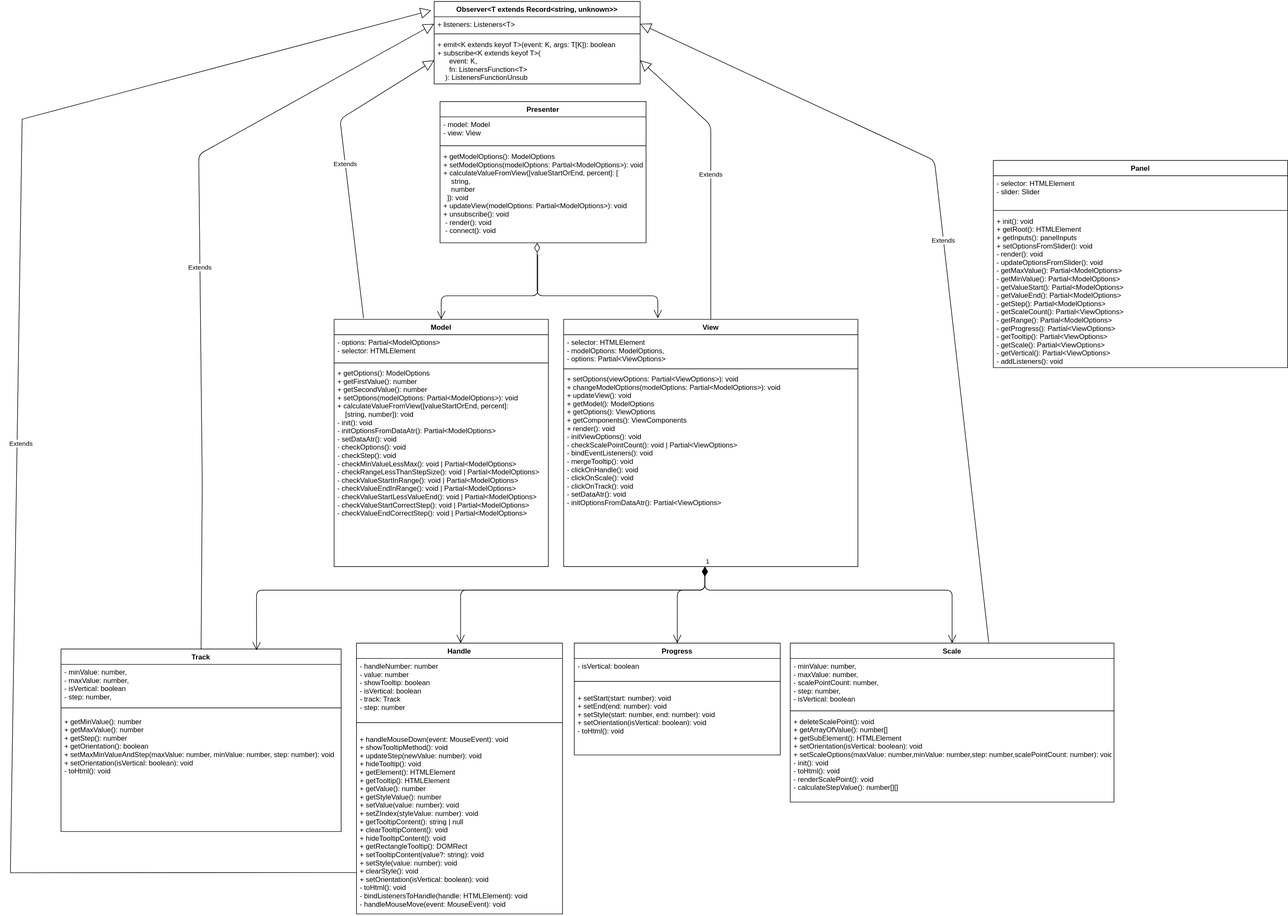
Earlier version of the draw.io export UML.svg (inconsumable1812/Slider). Source tidied: cells renumbered, new cells last; positions are measured from the earlier drawing's top-left corner, leaving out a move shared by most shapes.
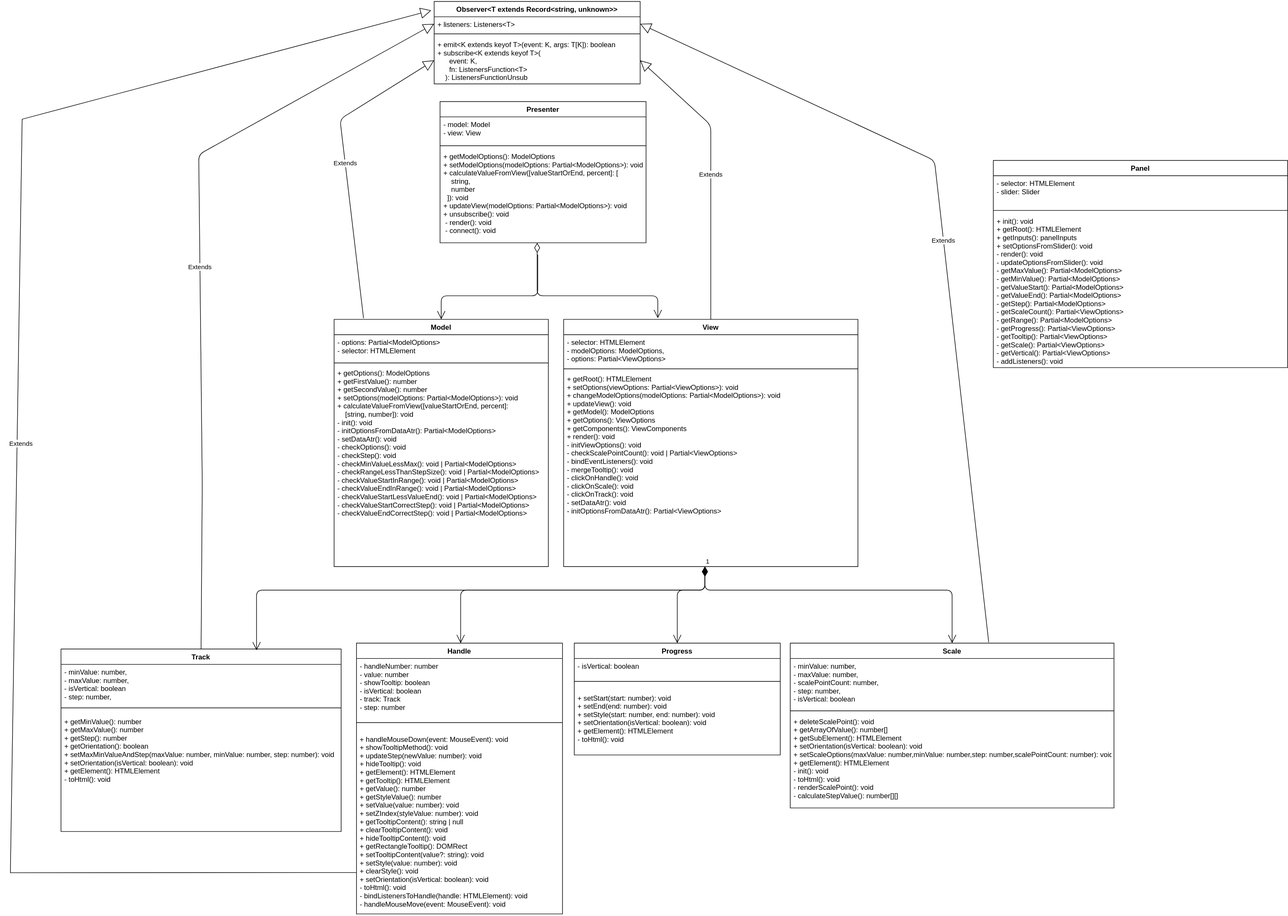
Above is the later version.

The edit, as a diff of the source:
```diff
@@ -23,7 +23,7 @@
     <mxCell id="8" style="line;strokeWidth=1;fillColor=none;align=left;verticalAlign=middle;spacingTop=-1;spacingLeft=3;spacingRight=3;labelPosition=right;" parent="6" vertex="1">
       <mxGeometry y="80" width="500" height="8" as="geometry" />
     </mxCell>
-    <mxCell id="9" value="+ setOptions(viewOptions: Partial&lt;ViewOptions&gt;): void&#10;+ changeModelOptions(modelOptions: Partial&lt;ModelOptions&gt;): void&#10;+ updateView(): void&#10;+ getModel(): ModelOptions&#10;+ getOptions(): ViewOptions&#10;+ getComponents(): ViewComponents&#10;+ render(): void&#10;- initViewOptions(): void&#10;- checkScalePointCount(): void | Partial&lt;ViewOptions&gt;&#10;- bindEventListeners(): void&#10;- mergeTooltip(): void&#10;- clickOnHandle(): void&#10;- clickOnScale(): void&#10;- clickOnTrack(): void&#10;- setDataAtr(): void&#10;- initOptionsFromDataAtr(): Partial&lt;ViewOptions&gt;" style="text;strokeColor=none;fillColor=none;align=left;verticalAlign=top;spacingLeft=4;spacingRight=4;overflow=hidden;points=[[0,0.5],[1,0.5]];portConstraint=eastwest;fontColor=default;" parent="6" vertex="1">
+    <mxCell id="9" value="+ getRoot(): HTMLElement&#10;+ setOptions(viewOptions: Partial&lt;ViewOptions&gt;): void&#10;+ changeModelOptions(modelOptions: Partial&lt;ModelOptions&gt;): void&#10;+ updateView(): void&#10;+ getModel(): ModelOptions&#10;+ getOptions(): ViewOptions&#10;+ getComponents(): ViewComponents&#10;+ render(): void&#10;- initViewOptions(): void&#10;- checkScalePointCount(): void | Partial&lt;ViewOptions&gt;&#10;- bindEventListeners(): void&#10;- mergeTooltip(): void&#10;- clickOnHandle(): void&#10;- clickOnScale(): void&#10;- clickOnTrack(): void&#10;- setDataAtr(): void&#10;- initOptionsFromDataAtr(): Partial&lt;ViewOptions&gt;" style="text;strokeColor=none;fillColor=none;align=left;verticalAlign=top;spacingLeft=4;spacingRight=4;overflow=hidden;points=[[0,0.5],[1,0.5]];portConstraint=eastwest;fontColor=default;" parent="6" vertex="1">
       <mxGeometry y="88" width="500" height="332" as="geometry" />
     </mxCell>
     <mxCell id="10" value="Presenter" style="swimlane;fontStyle=1;align=center;verticalAlign=top;horizontal=1;startSize=26;strokeColor=default;fillColor=default;gradientColor=none;" parent="1" vertex="1">
@@ -71,11 +71,11 @@
     <mxCell id="24" style="line;strokeWidth=1;fillColor=none;align=left;verticalAlign=middle;spacingTop=-1;spacingLeft=3;spacingRight=3;labelPosition=right;" parent="22" vertex="1">
       <mxGeometry y="50" width="350" height="30" as="geometry" />
     </mxCell>
-    <mxCell id="25" value="+ setStart(start: number): void&#10;+ setEnd(end: number): void&#10;+ setStyle(start: number, end: number): void&#10;+ setOrientation(isVertical: boolean): void&#10;- toHtml(): void" style="text;strokeColor=none;fillColor=none;align=left;verticalAlign=top;spacingLeft=4;spacingRight=4;overflow=hidden;fontColor=default;" parent="22" vertex="1">
+    <mxCell id="25" value="+ setStart(start: number): void&#10;+ setEnd(end: number): void&#10;+ setStyle(start: number, end: number): void&#10;+ setOrientation(isVertical: boolean): void&#10;+ getElement(): HTMLElement&#10;- toHtml(): void" style="text;strokeColor=none;fillColor=none;align=left;verticalAlign=top;spacingLeft=4;spacingRight=4;overflow=hidden;fontColor=default;" parent="22" vertex="1">
       <mxGeometry y="80" width="350" height="110" as="geometry" />
     </mxCell>
     <mxCell id="26" value="Scale" style="swimlane;fontStyle=1;align=center;verticalAlign=top;horizontal=1;startSize=26;strokeColor=default;fillColor=default;gradientColor=none;" parent="1" vertex="1">
-      <mxGeometry x="1325" y="1090" width="550" height="270" as="geometry" />
+      <mxGeometry x="1325" y="1090" width="550" height="280" as="geometry" />
     </mxCell>
     <mxCell id="27" value="- minValue: number,&#10;- maxValue: number,&#10;- scalePointCount: number,&#10;- step: number,&#10;- isVertical: boolean" style="text;strokeColor=none;fillColor=none;align=left;verticalAlign=top;spacingLeft=4;spacingRight=4;overflow=hidden;" parent="26" vertex="1">
       <mxGeometry y="26" width="550" height="84" as="geometry" />
@@ -83,8 +83,8 @@
     <mxCell id="28" style="line;strokeWidth=1;fillColor=none;align=left;verticalAlign=middle;spacingTop=-1;spacingLeft=3;spacingRight=3;labelPosition=right;" parent="26" vertex="1">
       <mxGeometry y="110" width="550" height="10" as="geometry" />
     </mxCell>
-    <mxCell id="29" value="+ deleteScalePoint(): void&#10;+ getArrayOfValue(): number[]&#10;+ getSubElement(): HTMLElement&#10;+ setOrientation(isVertical: boolean): void&#10;+ setScaleOptions(maxValue: number,minValue: number,step: number,scalePointCount: number): void&#10;- init(): void&#10;- toHtml(): void&#10;- renderScalePoint(): void&#10;- calculateStepValue(): number[][]" style="text;strokeColor=none;fillColor=none;align=left;verticalAlign=top;spacingLeft=4;spacingRight=4;overflow=hidden;fontColor=default;" parent="26" vertex="1">
-      <mxGeometry y="120" width="550" height="150" as="geometry" />
+    <mxCell id="29" value="+ deleteScalePoint(): void&#10;+ getArrayOfValue(): number[]&#10;+ getSubElement(): HTMLElement&#10;+ setOrientation(isVertical: boolean): void&#10;+ setScaleOptions(maxValue: number,minValue: number,step: number,scalePointCount: number): void&#10;+ getElement(): HTMLElement&#10;- init(): void&#10;- toHtml(): void&#10;- renderScalePoint(): void&#10;- calculateStepValue(): number[][]" style="text;strokeColor=none;fillColor=none;align=left;verticalAlign=top;spacingLeft=4;spacingRight=4;overflow=hidden;fontColor=default;" parent="26" vertex="1">
+      <mxGeometry y="120" width="550" height="160" as="geometry" />
     </mxCell>
     <mxCell id="30" value="Track" style="swimlane;fontStyle=1;align=center;verticalAlign=top;horizontal=1;startSize=26;strokeColor=default;fillColor=default;gradientColor=none;" parent="1" vertex="1">
       <mxGeometry x="86" y="1100" width="476" height="310" as="geometry" />
@@ -95,7 +95,7 @@
     <mxCell id="32" style="line;strokeWidth=1;fillColor=none;align=left;verticalAlign=middle;spacingTop=-1;spacingLeft=3;spacingRight=3;labelPosition=right;" parent="30" vertex="1">
       <mxGeometry y="90" width="476" height="20" as="geometry" />
     </mxCell>
-    <mxCell id="33" value="+ getMinValue(): number&#10;+ getMaxValue(): number&#10;+ getStep(): number&#10;+ getOrientation(): boolean&#10;+ setMaxMinValueAndStep(maxValue: number, minValue: number, step: number): void&#10;+ setOrientation(isVertical: boolean): void&#10;- toHtml(): void" style="text;strokeColor=none;fillColor=none;align=left;verticalAlign=top;spacingLeft=4;spacingRight=4;overflow=hidden;fontColor=default;" parent="30" vertex="1">
+    <mxCell id="33" value="+ getMinValue(): number&#10;+ getMaxValue(): number&#10;+ getStep(): number&#10;+ getOrientation(): boolean&#10;+ setMaxMinValueAndStep(maxValue: number, minValue: number, step: number): void&#10;+ setOrientation(isVertical: boolean): void&#10;+ getElement(): HTMLElement&#10;- toHtml(): void" style="text;strokeColor=none;fillColor=none;align=left;verticalAlign=top;spacingLeft=4;spacingRight=4;overflow=hidden;fontColor=default;" parent="30" vertex="1">
       <mxGeometry y="110" width="476" height="200" as="geometry" />
     </mxCell>
     <mxCell id="34" style="endArrow=open;html=1;endSize=12;startArrow=diamondThin;startSize=14;startFill=1;edgeStyle=orthogonalEdgeStyle;align=left;verticalAlign=bottom;fontColor=default;" parent="1" edge="1" target="18">
```
